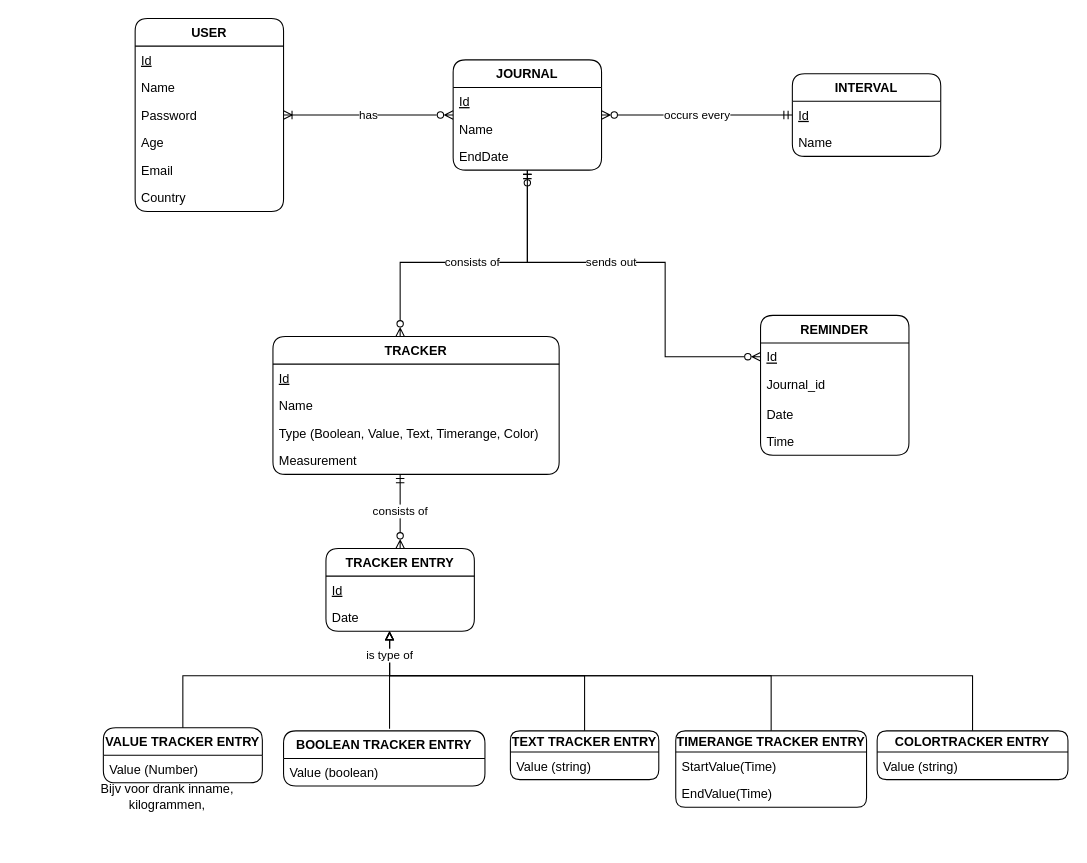
Earlier version of the draw.io diagram page "UML" (3 of 4) of Documentation/tracker app.drawio (margotgradina/HabitHare). Source tidied: cells renumbered, new cells numbered last; positions are measured from the earlier drawing's top-left corner, leaving out a move shared by most shapes. Both pictures are drawn from the tidied source at 106%, with x=0, y=0 at pixel (87, 18).
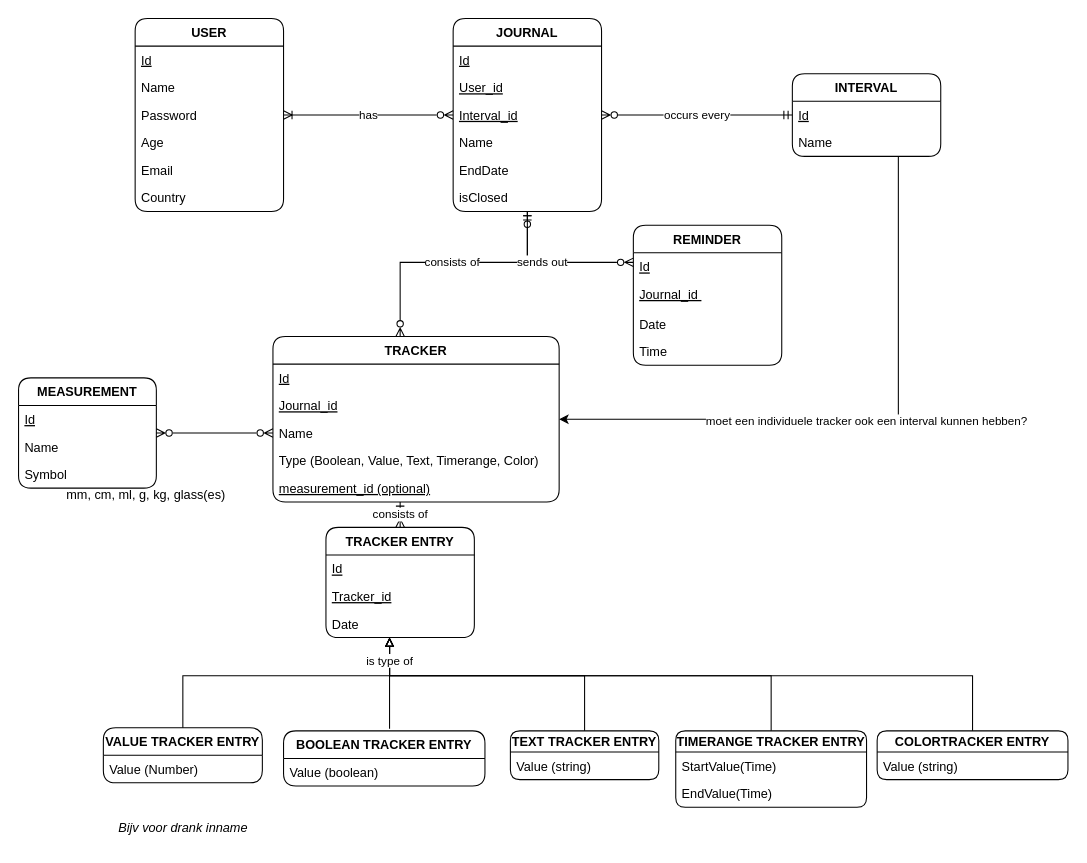
The same diagram, later.

Unchanged cells that the change refers to:
```xml
<mxCell id="8" value="INTERVAL" style="swimlane;fontStyle=1;horizontal=1;startSize=26;fillColor=none;rounded=1;" parent="1" vertex="1">
  <mxGeometry x="665" y="52" width="140" height="78" as="geometry" />
</mxCell>
<mxCell id="25" value="Id" style="text;strokeColor=none;fillColor=none;align=left;verticalAlign=top;spacingLeft=4;spacingRight=4;overflow=hidden;points=[[0,0.5],[1,0.5]];portConstraint=eastwest;fontStyle=4;" parent="24" vertex="1">
  <mxGeometry y="26" width="140" height="26" as="geometry" />
</mxCell>
```

The edit, as a diff of the source:
```diff
@@
     <mxCell id="3" value="JOURNAL" style="swimlane;fontStyle=1;horizontal=1;startSize=26;fillColor=none;rounded=1;" parent="1" vertex="1">
-      <mxGeometry x="345" y="39" width="140" height="104" as="geometry" />
+      <mxGeometry x="345" width="140" height="182" as="geometry" />
     </mxCell>
@@
+    <mxCell id="51" value="User_id" style="text;strokeColor=none;fillColor=none;align=left;verticalAlign=top;spacingLeft=4;spacingRight=4;overflow=hidden;fontStyle=4;" parent="3" vertex="1">
+      <mxGeometry y="52" width="140" height="26" as="geometry" />
+    </mxCell>
+    <mxCell id="52" value="Interval_id&#10;" style="text;strokeColor=none;fillColor=none;align=left;verticalAlign=top;spacingLeft=4;spacingRight=4;overflow=hidden;fontStyle=4;" parent="3" vertex="1">
+      <mxGeometry y="78" width="140" height="26" as="geometry" />
+    </mxCell>
     <mxCell id="5" value="Name" style="text;strokeColor=none;fillColor=none;align=left;verticalAlign=top;spacingLeft=4;spacingRight=4;overflow=hidden;" parent="3" vertex="1">
-      <mxGeometry y="52" width="140" height="26" as="geometry" />
+      <mxGeometry y="104" width="140" height="26" as="geometry" />
     </mxCell>
     <mxCell id="6" value="EndDate" style="text;strokeColor=none;fillColor=none;align=left;verticalAlign=top;spacingLeft=4;spacingRight=4;overflow=hidden;" parent="3" vertex="1">
-      <mxGeometry y="78" width="140" height="26" as="geometry" />
+      <mxGeometry y="130" width="140" height="26" as="geometry" />
     </mxCell>
+    <mxCell id="53" value="isClosed&#10;" style="text;strokeColor=none;fillColor=none;align=left;verticalAlign=top;spacingLeft=4;spacingRight=4;overflow=hidden;" parent="3" vertex="1">
+      <mxGeometry y="156" width="140" height="26" as="geometry" />
+    </mxCell>
@@
+    <mxCell id="54" value="moet een individuele tracker ook een interval kunnen hebben?&lt;br&gt;" style="edgeStyle=orthogonalEdgeStyle;rounded=0;jettySize=auto;html=1;" parent="1" edge="1" source="8" target="11">
+      <mxGeometry x="-0.02" y="2" relative="1" as="geometry">
+        <Array as="points">
+          <mxPoint x="765" y="378" />
+        </Array>
+      </mxGeometry>
+    </mxCell>
@@
     <mxCell id="11" value="TRACKER" style="swimlane;fontStyle=1;horizontal=1;startSize=26;fillColor=none;rounded=1;" parent="1" vertex="1">
-      <mxGeometry x="175" y="300" width="270" height="130" as="geometry" />
+      <mxGeometry x="175" y="300" width="270" height="156" as="geometry" />
     </mxCell>
@@
+    <mxCell id="55" value="Journal_id" style="text;strokeColor=none;fillColor=none;align=left;verticalAlign=top;spacingLeft=4;spacingRight=4;overflow=hidden;fontStyle=4;" parent="11" vertex="1">
+      <mxGeometry y="52" width="270" height="26" as="geometry" />
+    </mxCell>
     <mxCell id="13" value="Name" style="text;strokeColor=none;fillColor=none;align=left;verticalAlign=top;spacingLeft=4;spacingRight=4;overflow=hidden;points=[[0,0.5],[1,0.5]];portConstraint=eastwest;" parent="11" vertex="1">
-      <mxGeometry y="52" width="270" height="26" as="geometry" />
+      <mxGeometry y="78" width="270" height="26" as="geometry" />
     </mxCell>
     <mxCell id="14" value="Type (Boolean, Value, Text, Timerange, Color)&#10;" style="text;strokeColor=none;fillColor=none;align=left;verticalAlign=top;spacingLeft=4;spacingRight=4;overflow=hidden;" parent="11" vertex="1">
-      <mxGeometry y="78" width="270" height="26" as="geometry" />
+      <mxGeometry y="104" width="270" height="26" as="geometry" />
     </mxCell>
-    <mxCell id="15" value="Measurement" style="text;strokeColor=none;fillColor=none;align=left;verticalAlign=top;spacingLeft=4;spacingRight=4;overflow=hidden;" parent="11" vertex="1">
-      <mxGeometry y="104" width="270" height="26" as="geometry" />
-    </mxCell>
+    <mxCell id="56" value="measurement_id (optional)" style="text;strokeColor=none;fillColor=none;align=left;verticalAlign=top;spacingLeft=4;spacingRight=4;overflow=hidden;fontStyle=4;" parent="11" vertex="1">
+      <mxGeometry y="130" width="270" height="26" as="geometry" />
+    </mxCell>
@@
     <mxCell id="24" value="REMINDER" style="swimlane;fontStyle=1;horizontal=1;startSize=26;fillColor=none;rounded=1;" parent="1" vertex="1">
-      <mxGeometry x="635" y="280" width="140" height="132" as="geometry" />
+      <mxGeometry x="515" y="195" width="140" height="132" as="geometry" />
     </mxCell>
@@
-    <mxCell id="26" value="Journal_id " style="text;strokeColor=none;fillColor=none;align=left;verticalAlign=top;spacingLeft=4;spacingRight=4;overflow=hidden;" parent="24" vertex="1">
+    <mxCell id="26" value="Journal_id " style="text;strokeColor=none;fillColor=none;align=left;verticalAlign=top;spacingLeft=4;spacingRight=4;overflow=hidden;fontStyle=4;" parent="24" vertex="1">
       <mxGeometry y="52" width="140" height="28" as="geometry" />
     </mxCell>
@@
-    <mxCell id="29" value="sends out" style="edgeStyle=orthogonalEdgeStyle;rounded=0;jettySize=auto;html=1;entryX=0;entryY=0.5;entryDx=0;entryDy=0;startArrow=ERmandOne;startFill=0;endArrow=ERzeroToMany;endFill=0;" parent="1" edge="1" source="3" target="25">
+    <mxCell id="29" value="sends out" style="edgeStyle=orthogonalEdgeStyle;rounded=0;jettySize=auto;html=1;startArrow=ERmandOne;startFill=0;endArrow=ERzeroToMany;endFill=0;" parent="1" edge="1" source="3" target="24">
       <mxGeometry x="-0.16" relative="1" as="geometry">
         <Array as="points">
           <mxPoint x="415" y="230" />
-          <mxPoint x="545" y="230" />
-          <mxPoint x="545" y="319" />
         </Array>
       </mxGeometry>
     </mxCell>
@@
     <mxCell id="31" value="TRACKER ENTRY" style="swimlane;fontStyle=1;horizontal=1;startSize=26;fillColor=none;rounded=1;" parent="1" vertex="1">
-      <mxGeometry x="225" y="500" width="140" height="78" as="geometry" />
+      <mxGeometry x="225" y="480" width="140" height="104" as="geometry" />
     </mxCell>
@@
+    <mxCell id="57" value="Tracker_id" style="text;strokeColor=none;fillColor=none;align=left;verticalAlign=top;spacingLeft=4;spacingRight=4;overflow=hidden;fontStyle=4;" parent="31" vertex="1">
+      <mxGeometry y="52" width="140" height="26" as="geometry" />
+    </mxCell>
     <mxCell id="33" value="Date" style="text;strokeColor=none;fillColor=none;align=left;verticalAlign=top;spacingLeft=4;spacingRight=4;overflow=hidden;" parent="31" vertex="1">
-      <mxGeometry y="52" width="140" height="26" as="geometry" />
+      <mxGeometry y="78" width="140" height="26" as="geometry" />
     </mxCell>
@@
-    <mxCell id="50" value="Bijv voor drank inname, &lt;br&gt;kilogrammen,&lt;br&gt;" style="text;html=1;align=center;verticalAlign=middle;strokeColor=none;fillColor=none;" parent="1" vertex="1">
-      <mxGeometry y="714" width="150" height="40" as="geometry" />
+    <mxCell id="50" value="&lt;i&gt;Bijv voor drank inname&lt;br&gt;&lt;/i&gt;" style="text;html=1;align=center;verticalAlign=middle;strokeColor=none;fillColor=none;" parent="1" vertex="1">
+      <mxGeometry x="15" y="749" width="150" height="30" as="geometry" />
     </mxCell>
+    <mxCell id="58" value="MEASUREMENT" style="swimlane;fontStyle=1;horizontal=1;startSize=26;fillColor=none;rounded=1;" parent="1" vertex="1">
+      <mxGeometry x="-65" y="339" width="130" height="104" as="geometry" />
+    </mxCell>
+    <mxCell id="59" value="Id" style="text;strokeColor=none;fillColor=none;align=left;verticalAlign=top;spacingLeft=4;spacingRight=4;overflow=hidden;fontStyle=4;" parent="58" vertex="1">
+      <mxGeometry y="26" width="130" height="26" as="geometry" />
+    </mxCell>
+    <mxCell id="60" value="Name" style="text;strokeColor=none;fillColor=none;align=left;verticalAlign=top;spacingLeft=4;spacingRight=4;overflow=hidden;" parent="58" vertex="1">
+      <mxGeometry y="52" width="130" height="26" as="geometry" />
+    </mxCell>
+    <mxCell id="61" value="Symbol&#10;" style="text;strokeColor=none;fillColor=none;align=left;verticalAlign=top;spacingLeft=4;spacingRight=4;overflow=hidden;" parent="58" vertex="1">
+      <mxGeometry y="78" width="130" height="26" as="geometry" />
+    </mxCell>
+    <mxCell id="62" style="edgeStyle=orthogonalEdgeStyle;rounded=0;jettySize=auto;html=1;startArrow=ERzeroToMany;startFill=0;endArrow=ERzeroToMany;endFill=0;" parent="1" edge="1" source="13" target="58">
+      <mxGeometry relative="1" as="geometry" />
+    </mxCell>
+    <mxCell id="63" value="mm, cm, ml, g, kg, glass(es)" style="text;html=1;align=center;verticalAlign=middle;strokeColor=none;fillColor=none;" parent="1" vertex="1">
+      <mxGeometry x="-30" y="435" width="170" height="30" as="geometry" />
+    </mxCell>
```
